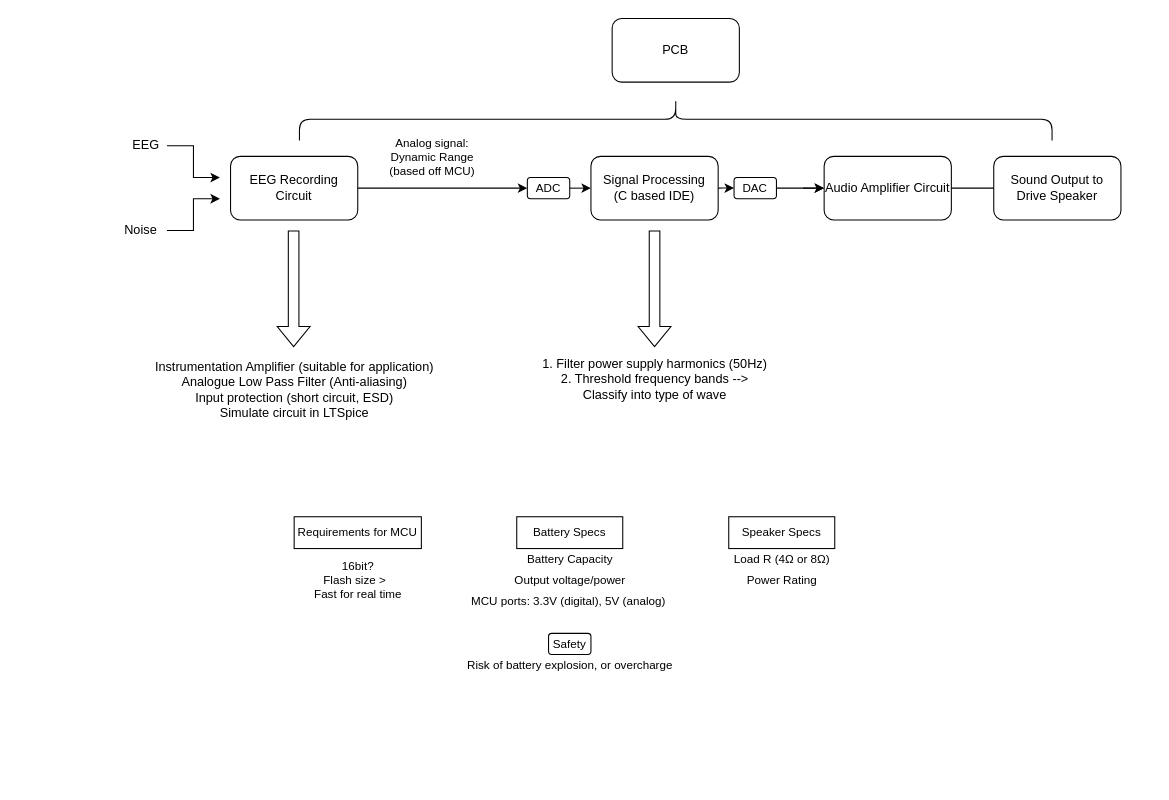
madelineyounes/ELEC4123-BCI-system keeps this draw.io diagram as DP_Block_Diagram.drawio. Above is the earlier version. Source tidied: cells renumbered, new cells numbered last; positions are measured from the earlier drawing's top-left corner, leaving out a move shared by most shapes. Both pictures are drawn from the tidied source at 106%, with x=0, y=0 at pixel (113, -258).
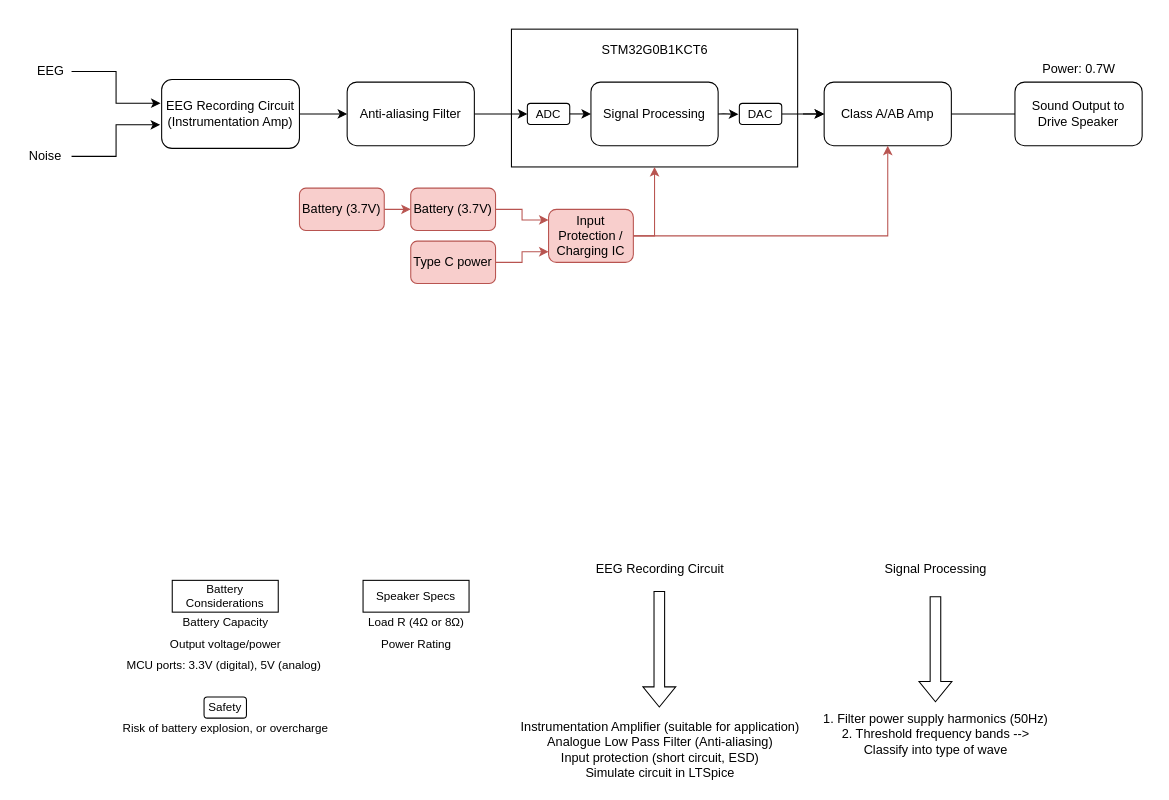
The same diagram, later.

Diff of the diagram source:
```diff
@@
+    <mxCell id="37" style="edgeStyle=orthogonalEdgeStyle;rounded=0;jettySize=auto;html=1;" parent="1" edge="1" source="2" target="48">
+      <mxGeometry relative="1" as="geometry" />
+    </mxCell>
-    <mxCell id="2" value="EEG Recording Circuit" style="rounded=1;whiteSpace=wrap;html=1;" parent="1" vertex="1">
-      <mxGeometry x="110" y="390" width="120" height="60" as="geometry" />
+    <mxCell id="2" value="EEG Recording Circuit&lt;br&gt;(Instrumentation Amp)" style="rounded=1;whiteSpace=wrap;html=1;" parent="1" vertex="1">
+      <mxGeometry x="45" y="317.5" width="130" height="65" as="geometry" />
     </mxCell>
-    <mxCell id="3" value="Signal Processing &lt;br&gt;(C based IDE)" style="rounded=1;whiteSpace=wrap;html=1;" parent="1" vertex="1">
-      <mxGeometry x="450" y="390" width="120" height="60" as="geometry" />
+    <mxCell id="3" value="Signal Processing" style="rounded=1;whiteSpace=wrap;html=1;" parent="1" vertex="1">
+      <mxGeometry x="450" y="320" width="120" height="60" as="geometry" />
     </mxCell>
-    <mxCell id="4" style="endArrow=classic;html=1;rounded=0;exitX=1;exitY=0.5;exitDx=0;exitDy=0;entryX=0;entryY=0.5;entryDx=0;entryDy=0;" parent="1" edge="1" source="2" target="21">
+    <mxCell id="4" style="endArrow=classic;html=1;rounded=0;exitX=1;exitY=0.5;exitDx=0;exitDy=0;entryX=0;entryY=0.5;entryDx=0;entryDy=0;startArrow=none;" parent="1" edge="1" source="48" target="21">
       <mxGeometry relative="1" as="geometry" />
     </mxCell>
-    <mxCell id="5" value="Analog signal: &lt;br&gt;Dynamic Range &lt;br&gt;(based off MCU)" style="edgeLabel;html=1;align=center;verticalAlign=middle;" parent="4" vertex="1">
-      <mxGeometry x="-0.3" y="6" relative="1" as="geometry">
-        <mxPoint x="13" y="-24" as="offset" />
-      </mxGeometry>
-    </mxCell>
-    <mxCell id="6" style="edgeStyle=elbowEdgeStyle;elbow=horizontal;endArrow=classic;html=1;rounded=0;" parent="1" edge="1">
+    <mxCell id="6" style="edgeStyle=elbowEdgeStyle;elbow=horizontal;endArrow=classic;html=1;rounded=0;entryX=-0.011;entryY=0.658;entryDx=0;entryDy=0;entryPerimeter=0;" parent="1" edge="1" target="2">
       <mxGeometry relative="1" as="geometry">
-        <mxPoint x="50" y="460" as="sourcePoint" />
-        <mxPoint x="100" y="430" as="targetPoint" />
+        <mxPoint x="-40" y="390" as="sourcePoint" />
       </mxGeometry>
     </mxCell>
-    <mxCell id="7" style="edgeStyle=elbowEdgeStyle;elbow=horizontal;endArrow=classic;html=1;rounded=0;" parent="1" edge="1">
+    <mxCell id="7" style="edgeStyle=elbowEdgeStyle;elbow=horizontal;endArrow=classic;html=1;rounded=0;entryX=-0.008;entryY=0.344;entryDx=0;entryDy=0;entryPerimeter=0;" parent="1" edge="1" target="2">
       <mxGeometry relative="1" as="geometry">
-        <mxPoint x="50" y="380" as="sourcePoint" />
-        <mxPoint x="100" y="410" as="targetPoint" />
+        <mxPoint x="-40" y="310" as="sourcePoint" />
       </mxGeometry>
     </mxCell>
     <mxCell id="8" value="EEG" style="text;html=1;align=center;verticalAlign=middle;strokeColor=none;fillColor=none;" parent="1" vertex="1">
-      <mxGeometry x="10" y="370" width="40" height="20" as="geometry" />
+      <mxGeometry x="-80" y="300" width="40" height="20" as="geometry" />
     </mxCell>
     <mxCell id="9" value="Noise" style="text;html=1;align=center;verticalAlign=middle;strokeColor=none;fillColor=none;" parent="1" vertex="1">
-      <mxGeometry y="450" width="50" height="20" as="geometry" />
+      <mxGeometry x="-90" y="380" width="50" height="20" as="geometry" />
     </mxCell>
-    <mxCell id="10" value="Audio Amplifier Circuit" style="rounded=1;whiteSpace=wrap;html=1;" parent="1" vertex="1">
-      <mxGeometry x="670" y="390" width="120" height="60" as="geometry" />
+    <mxCell id="10" value="Class A/AB Amp" style="rounded=1;whiteSpace=wrap;html=1;" parent="1" vertex="1">
+      <mxGeometry x="670" y="320" width="120" height="60" as="geometry" />
     </mxCell>
     <mxCell id="11" style="endArrow=classic;html=1;rounded=0;entryX=0;entryY=0.5;entryDx=0;entryDy=0;" parent="1" edge="1" target="10">
       <mxGeometry relative="1" as="geometry">
-        <mxPoint x="650" y="420" as="sourcePoint" />
+        <mxPoint x="650" y="350" as="sourcePoint" />
       </mxGeometry>
     </mxCell>
     <mxCell id="12" style="endArrow=classic;html=1;rounded=0;exitX=1;exitY=0.5;exitDx=0;exitDy=0;entryX=0;entryY=0.5;entryDx=0;entryDy=0;startArrow=none;" parent="1" edge="1" source="13">
       <mxGeometry relative="1" as="geometry">
-        <mxPoint x="910" y="419.4" as="targetPoint" />
+        <mxPoint x="910" y="349.4" as="targetPoint" />
       </mxGeometry>
     </mxCell>
     <mxCell id="13" value="Sound Output to Drive Speaker" style="rounded=1;whiteSpace=wrap;html=1;" parent="1" vertex="1">
-      <mxGeometry x="830" y="390" width="120" height="60" as="geometry" />
+      <mxGeometry x="850" y="320" width="120" height="60" as="geometry" />
     </mxCell>
@@
     <mxCell id="15" style="shape=flexArrow;endArrow=classic;html=1;rounded=0;" parent="1" edge="1">
       <mxGeometry relative="1" as="geometry">
-        <mxPoint x="169.5" y="460" as="sourcePoint" />
-        <mxPoint x="169.5" y="570" as="targetPoint" />
+        <mxPoint x="514.5" y="800" as="sourcePoint" />
+        <mxPoint x="514.5" y="910" as="targetPoint" />
       </mxGeometry>
     </mxCell>
     <mxCell id="16" value="Instrumentation Amplifier (suitable for application)&lt;br&gt;Analogue Low Pass Filter (Anti-aliasing)&lt;br&gt;Input protection (short circuit, ESD)&lt;br&gt;Simulate circuit in LTSpice" style="text;html=1;align=center;verticalAlign=middle;strokeColor=none;fillColor=none;" parent="1" vertex="1">
-      <mxGeometry x="30" y="580" width="280" height="60" as="geometry" />
+      <mxGeometry x="375" y="920" width="280" height="60" as="geometry" />
     </mxCell>
-    <mxCell id="17" style="shape=curlyBracket;whiteSpace=wrap;html=1;rounded=1;flipH=1;rotation=-90;size=0.5;" parent="1" vertex="1">
-      <mxGeometry x="510" width="40" height="710" as="geometry" />
-    </mxCell>
-    <mxCell id="18" value="PCB" style="rounded=1;whiteSpace=wrap;html=1;" parent="1" vertex="1">
-      <mxGeometry x="470" y="260" width="120" height="60" as="geometry" />
-    </mxCell>
     <mxCell id="19" style="shape=flexArrow;endArrow=classic;html=1;rounded=0;" parent="1" edge="1">
       <mxGeometry relative="1" as="geometry">
-        <mxPoint x="510" y="460" as="sourcePoint" />
-        <mxPoint x="510" y="570" as="targetPoint" />
+        <mxPoint x="775" y="805" as="sourcePoint" />
+        <mxPoint x="775" y="905" as="targetPoint" />
       </mxGeometry>
     </mxCell>
     <mxCell id="20" value="1. Filter power supply harmonics (50Hz)&lt;br&gt;2. Threshold frequency bands --&amp;gt; &lt;br&gt;Classify into type of wave" style="text;html=1;align=center;verticalAlign=middle;strokeColor=none;fillColor=none;" parent="1" vertex="1">
-      <mxGeometry x="395" y="575" width="230" height="50" as="geometry" />
+      <mxGeometry x="660" y="910" width="230" height="50" as="geometry" />
     </mxCell>
     <mxCell id="21" value="&lt;span style=&quot;font-size: 11px&quot;&gt;ADC&lt;br&gt;&lt;/span&gt;" style="rounded=1;whiteSpace=wrap;html=1;fontSize=1;" parent="1" vertex="1">
-      <mxGeometry x="390" y="410" width="40" height="20" as="geometry" />
+      <mxGeometry x="390" y="340" width="40" height="20" as="geometry" />
     </mxCell>
@@
     <mxCell id="24" value="&lt;span style=&quot;font-size: 11px&quot;&gt;DAC&lt;br&gt;&lt;/span&gt;" style="rounded=1;whiteSpace=wrap;html=1;fontSize=1;" parent="1" vertex="1">
-      <mxGeometry x="585" y="410" width="40" height="20" as="geometry" />
+      <mxGeometry x="590" y="340" width="40" height="20" as="geometry" />
     </mxCell>
-    <mxCell id="25" style="endArrow=classic;html=1;rounded=0;fontSize=11;entryX=0;entryY=0.5;entryDx=0;entryDy=0;exitX=1;exitY=0.5;exitDx=0;exitDy=0;" parent="1" edge="1" source="3">
+    <mxCell id="25" style="endArrow=classic;html=1;rounded=0;fontSize=11;entryX=-0.022;entryY=0.52;entryDx=0;entryDy=0;exitX=1;exitY=0.5;exitDx=0;exitDy=0;entryPerimeter=0;" parent="1" edge="1" source="3" target="24">
       <mxGeometry relative="1" as="geometry">
-        <mxPoint x="585" y="419.9" as="targetPoint" />
         <Array as="points">
-          <mxPoint x="575" y="419.9" />
+          <mxPoint x="575" y="349.9" />
         </Array>
       </mxGeometry>
     </mxCell>
-    <mxCell id="26" value="Requirements for MCU" style="rounded=0;whiteSpace=wrap;html=1;fontSize=11;" parent="1" vertex="1">
-      <mxGeometry x="170" y="730" width="120" height="30" as="geometry" />
-    </mxCell>
-    <mxCell id="27" value="16bit?&lt;br&gt;Flash size &amp;gt;&amp;nbsp;&amp;nbsp;&lt;br&gt;Fast for real time" style="text;html=1;align=center;verticalAlign=middle;strokeColor=none;fillColor=none;fontSize=11;" parent="1" vertex="1">
-      <mxGeometry x="180" y="770" width="100" height="40" as="geometry" />
-    </mxCell>
-    <mxCell id="28" value="Battery Specs" style="whiteSpace=wrap;html=1;fontSize=11;" parent="1" vertex="1">
-      <mxGeometry x="380" y="730" width="100" height="30" as="geometry" />
+    <mxCell id="28" value="Battery Considerations" style="whiteSpace=wrap;html=1;fontSize=11;" parent="1" vertex="1">
+      <mxGeometry x="55" y="790" width="100" height="30" as="geometry" />
     </mxCell>
     <mxCell id="29" value="Battery Capacity" style="text;html=1;align=center;verticalAlign=middle;strokeColor=none;fillColor=none;fontSize=11;" parent="1" vertex="1">
-      <mxGeometry x="380" y="760" width="100" height="20" as="geometry" />
+      <mxGeometry x="55" y="820" width="100" height="20" as="geometry" />
     </mxCell>
     <mxCell id="30" value="Output voltage/power" style="text;html=1;align=center;verticalAlign=middle;strokeColor=none;fillColor=none;fontSize=11;" parent="1" vertex="1">
-      <mxGeometry x="370" y="780" width="120" height="20" as="geometry" />
+      <mxGeometry x="45" y="840" width="120" height="20" as="geometry" />
     </mxCell>
     <mxCell id="31" value="MCU ports: 3.3V (digital), 5V (analog)&amp;nbsp;" style="text;html=1;align=center;verticalAlign=middle;strokeColor=none;fillColor=none;fontSize=11;" parent="1" vertex="1">
-      <mxGeometry x="330" y="800" width="200" height="20" as="geometry" />
+      <mxGeometry x="5" y="860" width="200" height="20" as="geometry" />
     </mxCell>
     <mxCell id="32" value="Speaker Specs" style="whiteSpace=wrap;html=1;fontSize=11;" parent="1" vertex="1">
-      <mxGeometry x="580" y="730" width="100" height="30" as="geometry" />
+      <mxGeometry x="235" y="790" width="100" height="30" as="geometry" />
     </mxCell>
     <mxCell id="33" value="Load R (4Ω or 8Ω)" style="text;html=1;align=center;verticalAlign=middle;strokeColor=none;fillColor=none;fontSize=11;" parent="1" vertex="1">
-      <mxGeometry x="575" y="760" width="110" height="20" as="geometry" />
+      <mxGeometry x="230" y="820" width="110" height="20" as="geometry" />
     </mxCell>
     <mxCell id="34" value="Power Rating" style="text;html=1;align=center;verticalAlign=middle;strokeColor=none;fillColor=none;fontSize=11;" parent="1" vertex="1">
-      <mxGeometry x="590" y="780" width="80" height="20" as="geometry" />
+      <mxGeometry x="245" y="840" width="80" height="20" as="geometry" />
     </mxCell>
     <mxCell id="35" value="Risk of battery explosion, or overcharge" style="text;html=1;align=center;verticalAlign=middle;strokeColor=none;fillColor=none;fontSize=11;" parent="1" vertex="1">
-      <mxGeometry x="325" y="860" width="210" height="20" as="geometry" />
+      <mxGeometry y="920" width="210" height="20" as="geometry" />
     </mxCell>
     <mxCell id="36" value="Safety" style="rounded=1;whiteSpace=wrap;html=1;fontSize=11;" parent="1" vertex="1">
-      <mxGeometry x="410" y="840" width="40" height="20" as="geometry" />
+      <mxGeometry x="85" y="900" width="40" height="20" as="geometry" />
     </mxCell>
+    <mxCell id="38" style="rounded=0;whiteSpace=wrap;html=1;fillOpacity=100;fillColor=none;" parent="1" vertex="1">
+      <mxGeometry x="375" y="270" width="270" height="130" as="geometry" />
+    </mxCell>
+    <mxCell id="39" value="&lt;span&gt;STM32G0B1KCT6&lt;/span&gt;" style="text;html=1;align=center;verticalAlign=middle;strokeColor=none;fillColor=none;" parent="1" vertex="1">
+      <mxGeometry x="450" y="280" width="120" height="20" as="geometry" />
+    </mxCell>
+    <mxCell id="40" value="Signal Processing" style="text;html=1;align=center;verticalAlign=middle;strokeColor=none;fillColor=none;" parent="1" vertex="1">
+      <mxGeometry x="720" y="770" width="110" height="20" as="geometry" />
+    </mxCell>
+    <mxCell id="41" style="edgeStyle=orthogonalEdgeStyle;rounded=0;jettySize=auto;html=1;startArrow=none;fillColor=#f8cecc;strokeColor=#b85450;" parent="1" edge="1" source="46">
+      <mxGeometry relative="1" as="geometry">
+        <mxPoint x="510" y="400" as="targetPoint" />
+        <Array as="points">
+          <mxPoint x="510" y="465" />
+        </Array>
+      </mxGeometry>
+    </mxCell>
+    <mxCell id="42" style="edgeStyle=orthogonalEdgeStyle;rounded=0;jettySize=auto;html=1;fillColor=#f8cecc;strokeColor=#b85450;" parent="1" edge="1" source="43" target="46">
+      <mxGeometry relative="1" as="geometry">
+        <Array as="points">
+          <mxPoint x="385" y="440" />
+          <mxPoint x="385" y="450" />
+        </Array>
+      </mxGeometry>
+    </mxCell>
+    <mxCell id="43" value="Battery (3.7V)" style="whiteSpace=wrap;html=1;fillColor=#f8cecc;rounded=1;strokeColor=#b85450;" parent="1" vertex="1">
+      <mxGeometry x="280" y="420" width="80" height="40" as="geometry" />
+    </mxCell>
+    <mxCell id="44" value="&lt;span&gt;EEG Recording Circuit&lt;/span&gt;" style="text;html=1;align=center;verticalAlign=middle;strokeColor=none;fillColor=none;" parent="1" vertex="1">
+      <mxGeometry x="445" y="770" width="140" height="20" as="geometry" />
+    </mxCell>
+    <mxCell id="45" style="edgeStyle=orthogonalEdgeStyle;rounded=0;orthogonalLoop=1;jettySize=auto;html=1;exitX=0.5;exitY=1;exitDx=0;exitDy=0;" parent="1" edge="1">
+      <mxGeometry relative="1" as="geometry">
+        <mxPoint x="-70" y="375" as="sourcePoint" />
+        <mxPoint x="-70" y="375" as="targetPoint" />
+      </mxGeometry>
+    </mxCell>
+    <mxCell id="46" value="&lt;span&gt;Input&lt;/span&gt;&lt;br&gt;&lt;span&gt;Protection / Charging IC&lt;/span&gt;" style="rounded=1;whiteSpace=wrap;html=1;fillColor=#f8cecc;strokeColor=#b85450;" parent="1" vertex="1">
+      <mxGeometry x="410" y="440" width="80" height="50" as="geometry" />
+    </mxCell>
+    <mxCell id="47" style="edgeStyle=orthogonalEdgeStyle;rounded=0;jettySize=auto;html=1;startArrow=none;fillColor=#f8cecc;strokeColor=#b85450;exitX=1;exitY=0.5;exitDx=0;exitDy=0;entryX=0.5;entryY=1;entryDx=0;entryDy=0;" parent="1" edge="1" source="46" target="10">
+      <mxGeometry relative="1" as="geometry">
+        <Array as="points">
+          <mxPoint x="730" y="465" />
+        </Array>
+      </mxGeometry>
+    </mxCell>
+    <mxCell id="48" value="Anti-aliasing Filter" style="whiteSpace=wrap;html=1;rounded=1;fillColor=default;" parent="1" vertex="1">
+      <mxGeometry x="220" y="320" width="120" height="60" as="geometry" />
+    </mxCell>
+    <mxCell id="49" style="edgeStyle=orthogonalEdgeStyle;rounded=0;jettySize=auto;html=1;fillColor=#f8cecc;strokeColor=#b85450;" parent="1" edge="1" source="50" target="46">
+      <mxGeometry relative="1" as="geometry">
+        <Array as="points">
+          <mxPoint x="385" y="490" />
+          <mxPoint x="385" y="480" />
+        </Array>
+      </mxGeometry>
+    </mxCell>
+    <mxCell id="50" value="Type C power" style="whiteSpace=wrap;html=1;rounded=1;fillColor=#f8cecc;strokeColor=#b85450;" parent="1" vertex="1">
+      <mxGeometry x="280" y="470" width="80" height="40" as="geometry" />
+    </mxCell>
+    <mxCell id="51" style="edgeStyle=orthogonalEdgeStyle;rounded=0;jettySize=auto;html=1;entryX=0;entryY=0.5;entryDx=0;entryDy=0;fillColor=#f8cecc;strokeColor=#b85450;" parent="1" edge="1" source="52" target="43">
+      <mxGeometry relative="1" as="geometry" />
+    </mxCell>
+    <mxCell id="52" value="Battery (3.7V)" style="whiteSpace=wrap;html=1;fillColor=#f8cecc;rounded=1;strokeColor=#b85450;" parent="1" vertex="1">
+      <mxGeometry x="175" y="420" width="80" height="40" as="geometry" />
+    </mxCell>
+    <mxCell id="53" value="Power: 0.7W" style="text;html=1;align=center;verticalAlign=middle;strokeColor=none;fillColor=none;" parent="1" vertex="1">
+      <mxGeometry x="870" y="297.5" width="80" height="20" as="geometry" />
+    </mxCell>
```
